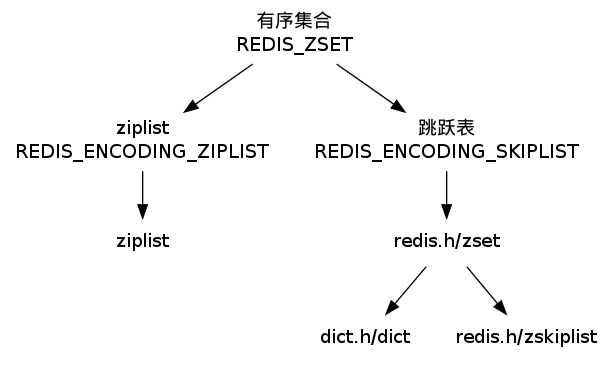
huangzworks/redisbook keeps this Graphviz diagram as datatype/image/redis_zset.png. Above is the earlier version. Its source is kept beside it as datatype/image/redis_zset.dot. Its diagram source:
```dot
digraph redis_zset {

    node [shape=plaintext];


    REDIS_ZSET [label="有序集合\nREDIS_ZSET"];


    REDIS_ENCODING_ZIPLIST [label="ziplist\nREDIS_ENCODING_ZIPLIST"];
    REDIS_ENCODING_SKIPLIST [label="跳跃表\nREDIS_ENCODING_SKIPLIST"];


    REDIS_ZSET -> REDIS_ENCODING_ZIPLIST;
    REDIS_ZSET -> REDIS_ENCODING_SKIPLIST;


    ziplist [label="ziplist"];

    REDIS_ENCODING_ZIPLIST -> ziplist;


    zset [label="redis.h/zset"];

    dict [label="dict.h/dict"];
    zskiplist [label="redis.h/zskiplist"];

    REDIS_ENCODING_SKIPLIST -> zset;

    zset -> dict;
    zset -> zskiplist;
}
```
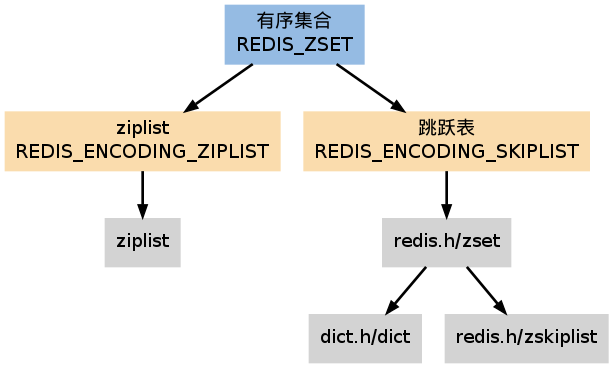
Later version of the same file.

Change to the diagram source:
```diff
@@ -1,13 +1,15 @@
 digraph redis_zset {
 
-    node [shape=plaintext];
+    node [shape=plaintext, style = filled];
+
+    edge [style = bold];
 
 
-    REDIS_ZSET [label="有序集合\nREDIS_ZSET"];
+    REDIS_ZSET [label="有序集合\nREDIS_ZSET", fillcolor = "#95BBE3"];
 
 
-    REDIS_ENCODING_ZIPLIST [label="ziplist\nREDIS_ENCODING_ZIPLIST"];
-    REDIS_ENCODING_SKIPLIST [label="跳跃表\nREDIS_ENCODING_SKIPLIST"];
+    REDIS_ENCODING_ZIPLIST [label="ziplist\nREDIS_ENCODING_ZIPLIST", fillcolor = "#FADCAD"];
+    REDIS_ENCODING_SKIPLIST [label="跳跃表\nREDIS_ENCODING_SKIPLIST", fillcolor = "#FADCAD"];
 
 
     REDIS_ZSET -> REDIS_ENCODING_ZIPLIST;
```
